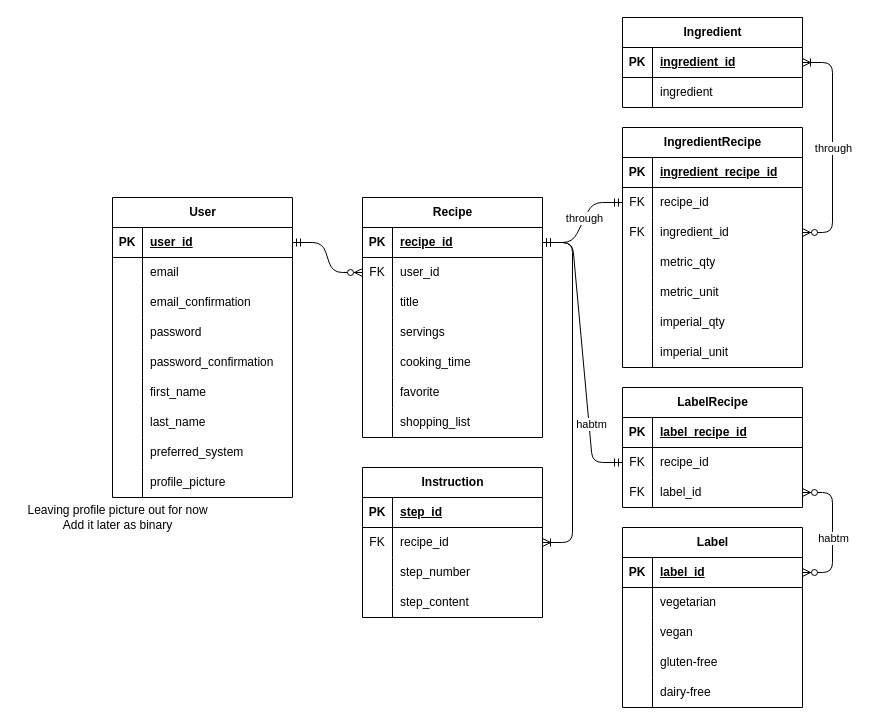
The draw.io diagram schema.drawio in AlineTaylor/recipe-manager-api, before the edit. Source tidied: cells renumbered, new cells numbered last; positions are measured from the earlier drawing's top-left corner, leaving out a move shared by most shapes. Both pictures are drawn from the tidied source at 100%, with x=0, y=0 at pixel (17, 17).
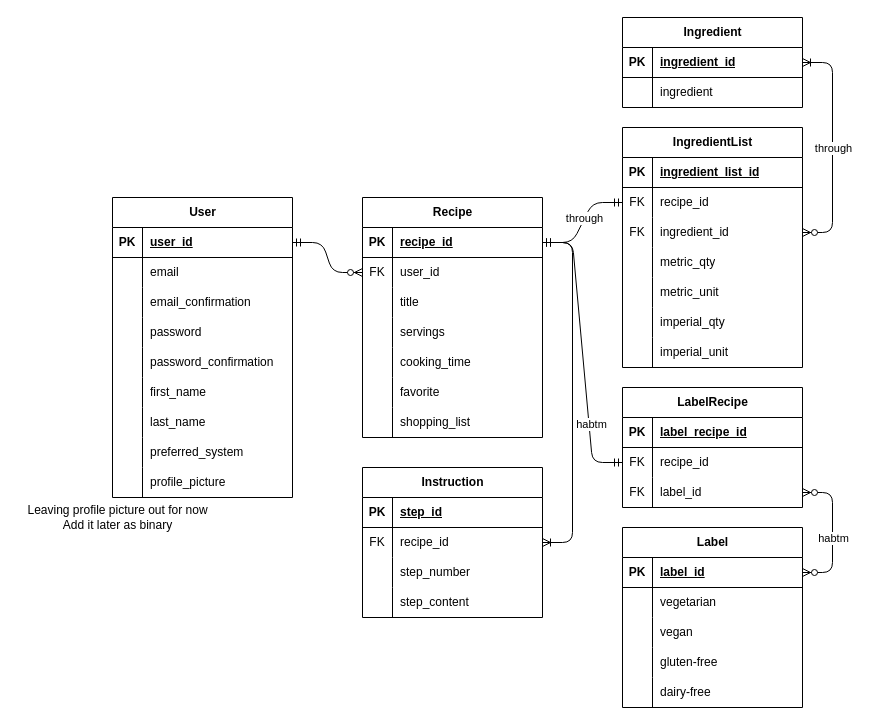
The same page after the edit.

Unchanged cells that the change refers to:
```xml
<mxCell id="54" style="shape=tableRow;horizontal=0;startSize=0;swimlaneHead=0;swimlaneBody=0;fillColor=none;top=0;left=0;right=0;bottom=1;" parent="53" vertex="1">
  <mxGeometry y="30" width="180" height="30" as="geometry" />
</mxCell>
```

Diff of the diagram source:
```diff
@@
-    <mxCell id="53" value="IngredientRecipe" style="shape=table;startSize=30;childLayout=tableLayout;rowLines=0;fontStyle=1;align=center;html=1;" parent="1" vertex="1">
+    <mxCell id="53" value="IngredientList" style="shape=table;startSize=30;childLayout=tableLayout;rowLines=0;fontStyle=1;align=center;html=1;" parent="1" vertex="1">
       <mxGeometry x="605" y="110" width="180" height="240" as="geometry" />
     </mxCell>
@@
-    <mxCell id="56" value="ingredient_recipe_id" style="shape=partialRectangle;fillColor=none;top=0;left=0;bottom=0;right=0;align=left;spacingLeft=6;fontStyle=5;overflow=hidden;whiteSpace=wrap;html=1;" parent="54" vertex="1">
+    <mxCell id="56" value="ingredient_list_id" style="shape=partialRectangle;fillColor=none;top=0;left=0;bottom=0;right=0;align=left;spacingLeft=6;fontStyle=5;overflow=hidden;whiteSpace=wrap;html=1;" parent="54" vertex="1">
       <mxGeometry x="30" width="150" height="30" as="geometry" />
     </mxCell>
```
